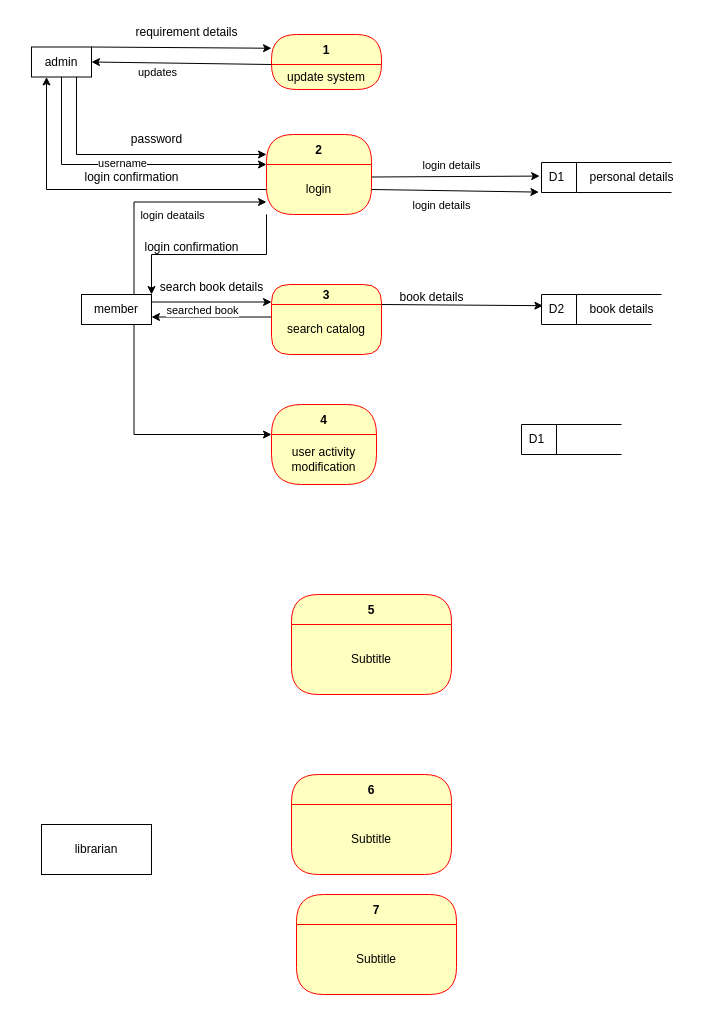
Dinuvi9170/NSBM-Green-University keeps this draw.io diagram as dfdLMS.drawio. Above is the earlier version. Source tidied: cells renumbered, new cells numbered last; positions are measured from the earlier drawing's top-left corner, leaving out a move shared by most shapes. Both pictures are drawn from the tidied source at 100%, with x=0, y=0 at pixel (31, 16).
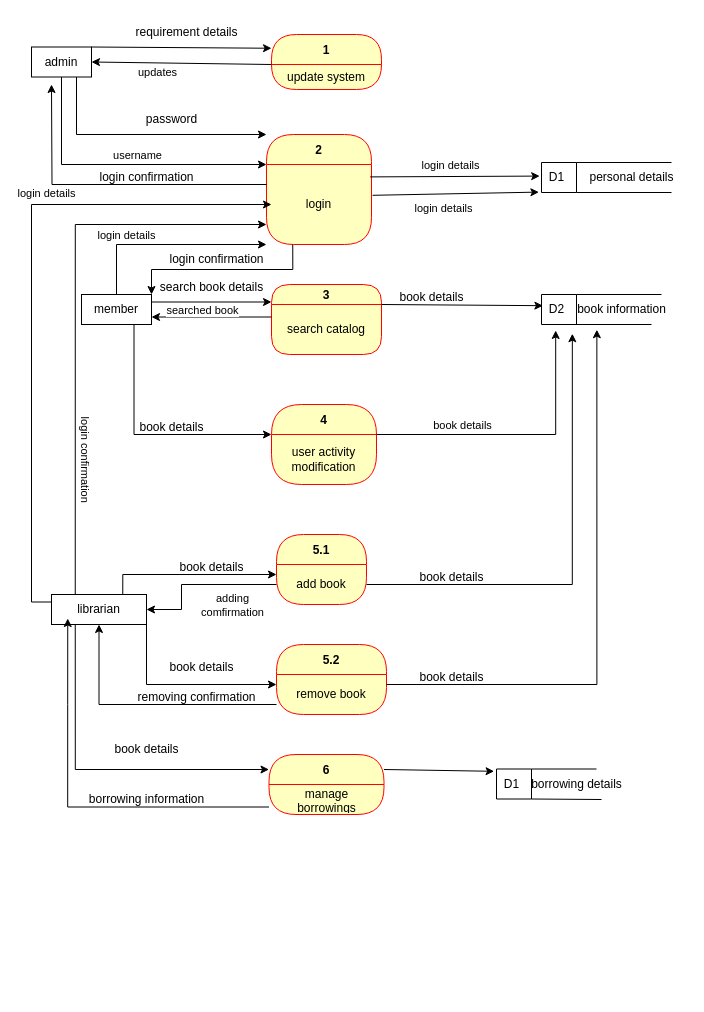
After the change.

The change refers to these unchanged cells:
```xml
<mxCell id="15" value="user activity modification" style="text;html=1;strokeColor=none;fillColor=none;align=center;verticalAlign=middle;spacingLeft=4;spacingRight=4;whiteSpace=wrap;overflow=hidden;fontColor=#000000;" parent="14" vertex="1">
  <mxGeometry y="30" width="105" height="50" as="geometry" />
</mxCell>
<mxCell id="16" value="member" style="html=1;whiteSpace=wrap;" parent="1" vertex="1">
  <mxGeometry x="50" y="278" width="70" height="30" as="geometry" />
</mxCell>
<mxCell id="17" value="admin" style="html=1;whiteSpace=wrap;" parent="1" vertex="1">
  <mxGeometry y="30.5" width="60" height="30" as="geometry" />
</mxCell>
<mxCell id="24" value="D1" style="text;html=1;align=center;verticalAlign=middle;points=[];strokeColor=none;fillColor=none;" parent="23" vertex="1">
  <mxGeometry x="-5" width="40" height="30" as="geometry" />
</mxCell>
<mxCell id="27" value="D2" style="text;html=1;align=center;verticalAlign=middle;points=[];strokeColor=none;fillColor=none;" parent="26" vertex="1">
  <mxGeometry x="-5" width="40" height="30" as="geometry" />
</mxCell>
<mxCell id="29" value="D1" style="text;html=1;align=center;verticalAlign=middle;points=[];strokeColor=none;fillColor=none;" parent="28" vertex="1">
  <mxGeometry x="-5" width="40" height="30" as="geometry" />
</mxCell>
<mxCell id="38" style="endArrow=classic;html=1;rounded=0;exitX=0.5;exitY=1;exitDx=0;exitDy=0;entryX=0;entryY=0;entryDx=0;entryDy=0;edgeStyle=orthogonalEdgeStyle;" parent="1" edge="1" source="17" target="3">
  <mxGeometry relative="1" as="geometry">
    <Array as="points">
      <mxPoint x="30" y="148" />
    </Array>
  </mxGeometry>
</mxCell>
```

Change to the diagram source:
```diff
@@
     <mxCell id="2" value="2" style="swimlane;fontStyle=1;align=center;verticalAlign=middle;horizontal=1;startSize=30;fontColor=#000000;rounded=1;arcSize=30;strokeColor=#ff0000;fillColor=#ffffc0;swimlaneFillColor=#ffffc0;" parent="1" vertex="1">
-      <mxGeometry x="235" y="118" width="105" height="80" as="geometry" />
+      <mxGeometry x="235" y="118" width="105" height="110" as="geometry" />
     </mxCell>
     <mxCell id="3" value="login" style="text;html=1;strokeColor=none;fillColor=none;align=center;verticalAlign=middle;spacingLeft=4;spacingRight=4;whiteSpace=wrap;overflow=hidden;fontColor=#000000;" parent="2" vertex="1">
-      <mxGeometry y="30" width="105" height="50" as="geometry" />
+      <mxGeometry y="30" width="105" height="80" as="geometry" />
     </mxCell>
-    <mxCell id="4" value="7" style="swimlane;fontStyle=1;align=center;verticalAlign=middle;horizontal=1;startSize=30;fontColor=#000000;rounded=1;arcSize=30;strokeColor=#ff0000;fillColor=#ffffc0;swimlaneFillColor=#ffffc0;" parent="1" vertex="1">
-      <mxGeometry x="265" y="878" width="160" height="100" as="geometry" />
+    <mxCell id="4" value="6" style="swimlane;fontStyle=1;align=center;verticalAlign=middle;horizontal=1;startSize=30;fontColor=#000000;rounded=1;arcSize=30;strokeColor=#ff0000;fillColor=#ffffc0;swimlaneFillColor=#ffffc0;" parent="1" vertex="1">
+      <mxGeometry x="237.5" y="738" width="115" height="60" as="geometry" />
     </mxCell>
-    <mxCell id="5" value="Subtitle" style="text;html=1;strokeColor=none;fillColor=none;align=center;verticalAlign=middle;spacingLeft=4;spacingRight=4;whiteSpace=wrap;overflow=hidden;fontColor=#000000;" parent="4" vertex="1">
-      <mxGeometry y="30" width="160" height="70" as="geometry" />
+    <mxCell id="5" value="manage borrowings" style="text;html=1;strokeColor=none;fillColor=none;align=center;verticalAlign=middle;spacingLeft=4;spacingRight=4;whiteSpace=wrap;overflow=hidden;fontColor=#000000;" parent="4" vertex="1">
+      <mxGeometry y="30" width="115" height="30" as="geometry" />
     </mxCell>
@@
-    <mxCell id="10" value="5" style="swimlane;fontStyle=1;align=center;verticalAlign=middle;horizontal=1;startSize=30;fontColor=#000000;rounded=1;arcSize=30;strokeColor=#ff0000;fillColor=#ffffc0;swimlaneFillColor=#ffffc0;" parent="1" vertex="1">
-      <mxGeometry x="260" y="578" width="160" height="100" as="geometry" />
+    <mxCell id="10" value="5.1" style="swimlane;fontStyle=1;align=center;verticalAlign=middle;horizontal=1;startSize=30;fontColor=#000000;rounded=1;arcSize=30;strokeColor=#ff0000;fillColor=#ffffc0;swimlaneFillColor=#ffffc0;" parent="1" vertex="1">
+      <mxGeometry x="245" y="518" width="90" height="70" as="geometry" />
     </mxCell>
-    <mxCell id="11" value="Subtitle" style="text;html=1;strokeColor=none;fillColor=none;align=center;verticalAlign=middle;spacingLeft=4;spacingRight=4;whiteSpace=wrap;overflow=hidden;fontColor=#000000;" parent="10" vertex="1">
-      <mxGeometry y="30" width="160" height="70" as="geometry" />
+    <mxCell id="11" value="add book" style="text;html=1;strokeColor=none;fillColor=none;align=center;verticalAlign=middle;spacingLeft=4;spacingRight=4;whiteSpace=wrap;overflow=hidden;fontColor=#000000;" parent="10" vertex="1">
+      <mxGeometry y="30" width="90" height="40" as="geometry" />
     </mxCell>
-    <mxCell id="12" value="6" style="swimlane;fontStyle=1;align=center;verticalAlign=middle;horizontal=1;startSize=30;fontColor=#000000;rounded=1;arcSize=30;strokeColor=#ff0000;fillColor=#ffffc0;swimlaneFillColor=#ffffc0;" parent="1" vertex="1">
-      <mxGeometry x="260" y="758" width="160" height="100" as="geometry" />
+    <mxCell id="12" value="5.2" style="swimlane;fontStyle=1;align=center;verticalAlign=middle;horizontal=1;startSize=30;fontColor=#000000;rounded=1;arcSize=30;strokeColor=#ff0000;fillColor=#ffffc0;swimlaneFillColor=#ffffc0;" parent="1" vertex="1">
+      <mxGeometry x="245" y="628" width="110" height="70" as="geometry" />
     </mxCell>
-    <mxCell id="13" value="Subtitle" style="text;html=1;strokeColor=none;fillColor=none;align=center;verticalAlign=middle;spacingLeft=4;spacingRight=4;whiteSpace=wrap;overflow=hidden;fontColor=#000000;" parent="12" vertex="1">
-      <mxGeometry y="30" width="160" height="70" as="geometry" />
+    <mxCell id="13" value="remove book" style="text;html=1;strokeColor=none;fillColor=none;align=center;verticalAlign=middle;spacingLeft=4;spacingRight=4;whiteSpace=wrap;overflow=hidden;fontColor=#000000;" parent="12" vertex="1">
+      <mxGeometry y="30" width="110" height="40" as="geometry" />
     </mxCell>
@@
+    <mxCell id="58" style="edgeStyle=orthogonalEdgeStyle;rounded=0;jettySize=auto;html=1;exitX=0.5;exitY=0;exitDx=0;exitDy=0;entryX=0;entryY=1;entryDx=0;entryDy=0;" parent="1" edge="1" source="16" target="3">
+      <mxGeometry relative="1" as="geometry">
+        <Array as="points">
+          <mxPoint x="85" y="228" />
+        </Array>
+      </mxGeometry>
+    </mxCell>
@@
+    <mxCell id="59" style="edgeStyle=orthogonalEdgeStyle;rounded=0;jettySize=auto;html=1;exitX=0.75;exitY=0;exitDx=0;exitDy=0;entryX=0;entryY=0.25;entryDx=0;entryDy=0;" parent="1" edge="1" source="18" target="11">
+      <mxGeometry relative="1" as="geometry" />
+    </mxCell>
+    <mxCell id="60" style="edgeStyle=orthogonalEdgeStyle;rounded=0;jettySize=auto;html=1;exitX=1;exitY=1;exitDx=0;exitDy=0;entryX=0;entryY=0.25;entryDx=0;entryDy=0;" parent="1" edge="1" source="18" target="13">
+      <mxGeometry relative="1" as="geometry" />
+    </mxCell>
+    <mxCell id="61" style="edgeStyle=orthogonalEdgeStyle;rounded=0;jettySize=auto;html=1;exitX=0.25;exitY=1;exitDx=0;exitDy=0;entryX=0;entryY=0.25;entryDx=0;entryDy=0;" parent="1" edge="1" source="18" target="4">
+      <mxGeometry relative="1" as="geometry" />
+    </mxCell>
     <mxCell id="18" value="librarian" style="html=1;whiteSpace=wrap;" parent="1" vertex="1">
-      <mxGeometry x="10" y="808" width="110" height="50" as="geometry" />
+      <mxGeometry x="20" y="578" width="95" height="30" as="geometry" />
     </mxCell>
@@
-    <mxCell id="20" value="password" style="text;html=1;align=center;verticalAlign=middle;strokeColor=none;fillColor=none;" parent="1" vertex="1">
-      <mxGeometry x="90" y="108" width="70" height="30" as="geometry" />
-    </mxCell>
@@
     <mxCell id="28" style="swimlane;startSize=0;" parent="1" vertex="1">
-      <mxGeometry x="490" y="408" width="35" height="30" as="geometry" />
+      <mxGeometry x="465" y="752.5" width="35" height="30" as="geometry" />
     </mxCell>
@@
     <mxCell id="30" style="endArrow=none;html=1;rounded=0;exitX=1;exitY=0;exitDx=0;exitDy=0;" parent="1" edge="1" source="28">
       <mxGeometry relative="1" as="geometry">
-        <mxPoint x="590" y="408" as="targetPoint" />
+        <mxPoint x="565" y="752.5" as="targetPoint" />
       </mxGeometry>
     </mxCell>
-    <mxCell id="31" style="endArrow=none;html=1;rounded=0;exitX=1;exitY=1;exitDx=0;exitDy=0;" parent="1" edge="1" source="28">
-      <mxGeometry relative="1" as="geometry">
-        <mxPoint x="590" y="438" as="targetPoint" />
-      </mxGeometry>
-    </mxCell>
-    <mxCell id="32" style="endArrow=classic;html=1;rounded=0;exitX=1;exitY=0.25;exitDx=0;exitDy=0;entryX=0.08;entryY=0.453;entryDx=0;entryDy=0;entryPerimeter=0;" parent="1" edge="1" source="3" target="24">
+    <mxCell id="32" style="endArrow=classic;html=1;rounded=0;exitX=0.987;exitY=0.155;exitDx=0;exitDy=0;entryX=0.08;entryY=0.453;entryDx=0;entryDy=0;entryPerimeter=0;exitPerimeter=0;" parent="1" edge="1" source="3" target="24">
       <mxGeometry relative="1" as="geometry" />
     </mxCell>
@@
-    <mxCell id="34" style="endArrow=classic;html=1;rounded=0;exitX=0.75;exitY=1;exitDx=0;exitDy=0;entryX=0;entryY=0.25;entryDx=0;entryDy=0;edgeStyle=orthogonalEdgeStyle;" parent="1" edge="1" source="17" target="2">
+    <mxCell id="34" style="endArrow=classic;html=1;rounded=0;exitX=0.75;exitY=1;exitDx=0;exitDy=0;entryX=0;entryY=0;entryDx=0;entryDy=0;edgeStyle=orthogonalEdgeStyle;" parent="1" edge="1" source="17" target="2">
       <mxGeometry relative="1" as="geometry">
         <Array as="points">
-          <mxPoint x="45" y="138" />
+          <mxPoint x="45" y="118" />
         </Array>
       </mxGeometry>
     </mxCell>
@@
     <mxCell id="39" value="username" style="edgeLabel;html=1;align=center;verticalAlign=middle;" parent="38" vertex="1">
       <mxGeometry x="0.12" y="-4" relative="1" as="geometry">
-        <mxPoint x="-16" y="-6" as="offset" />
+        <mxPoint x="-1" y="-14" as="offset" />
       </mxGeometry>
     </mxCell>
@@
-    <mxCell id="41" style="endArrow=classic;html=1;rounded=0;exitX=0;exitY=0.5;exitDx=0;exitDy=0;entryX=0.25;entryY=1;entryDx=0;entryDy=0;edgeStyle=orthogonalEdgeStyle;" parent="1" edge="1" source="3" target="17">
-      <mxGeometry relative="1" as="geometry" />
-    </mxCell>
-    <mxCell id="42" value="login confirmation" style="text;html=1;align=center;verticalAlign=middle;strokeColor=none;fillColor=none;" parent="1" vertex="1">
-      <mxGeometry x="40" y="146" width="120" height="30" as="geometry" />
-    </mxCell>
-    <mxCell id="43" style="endArrow=classic;html=1;rounded=0;exitX=0.75;exitY=0;exitDx=0;exitDy=0;entryX=0;entryY=0.75;entryDx=0;entryDy=0;edgeStyle=orthogonalEdgeStyle;" parent="1" edge="1" source="16" target="3">
+    <mxCell id="43" style="endArrow=classic;html=1;rounded=0;exitX=0.25;exitY=0;exitDx=0;exitDy=0;entryX=0;entryY=0.75;entryDx=0;entryDy=0;edgeStyle=orthogonalEdgeStyle;" parent="1" edge="1" source="18" target="3">
       <mxGeometry relative="1" as="geometry" />
     </mxCell>
-    <mxCell id="44" value="login deatails" style="edgeLabel;html=1;align=center;verticalAlign=middle;" parent="43" vertex="1">
+    <mxCell id="44" value="login confirmation" style="edgeLabel;html=1;align=center;verticalAlign=middle;rotation=90;" parent="43" vertex="1">
       <mxGeometry x="0.13" y="-4" relative="1" as="geometry">
-        <mxPoint x="3" y="9" as="offset" />
+        <mxPoint x="7" y="182" as="offset" />
       </mxGeometry>
     </mxCell>
+    <mxCell id="62" value="login details" style="edgeLabel;html=1;align=center;verticalAlign=middle;" parent="43" vertex="1">
+      <mxGeometry x="0.5" y="-10" relative="1" as="geometry" />
+    </mxCell>
-    <mxCell id="45" style="endArrow=classic;html=1;rounded=0;exitX=0;exitY=1;exitDx=0;exitDy=0;entryX=1;entryY=0;entryDx=0;entryDy=0;edgeStyle=orthogonalEdgeStyle;" parent="1" edge="1" source="3" target="16">
+    <mxCell id="45" style="endArrow=classic;html=1;rounded=0;exitX=0.25;exitY=1;exitDx=0;exitDy=0;entryX=1;entryY=0;entryDx=0;entryDy=0;edgeStyle=orthogonalEdgeStyle;" parent="1" edge="1" source="3" target="16">
       <mxGeometry relative="1" as="geometry" />
     </mxCell>
     <mxCell id="46" value="login confirmation" style="text;html=1;align=center;verticalAlign=middle;strokeColor=none;fillColor=none;" parent="1" vertex="1">
-      <mxGeometry x="100" y="216" width="120" height="30" as="geometry" />
+      <mxGeometry x="125" y="228" width="120" height="30" as="geometry" />
     </mxCell>
-    <mxCell id="47" style="rounded=0;jettySize=auto;html=1;exitX=1;exitY=0.5;exitDx=0;exitDy=0;entryX=0.06;entryY=0.987;entryDx=0;entryDy=0;entryPerimeter=0;" parent="1" edge="1" source="3" target="24">
+    <mxCell id="47" style="rounded=0;jettySize=auto;html=1;exitX=1.01;exitY=0.385;exitDx=0;exitDy=0;entryX=0.06;entryY=0.987;entryDx=0;entryDy=0;entryPerimeter=0;exitPerimeter=0;" parent="1" edge="1" source="3" target="24">
       <mxGeometry relative="1" as="geometry" />
     </mxCell>
@@
-    <mxCell id="53" value="book details" style="text;html=1;align=center;verticalAlign=middle;points=[];strokeColor=none;fillColor=none;" parent="1" vertex="1">
-      <mxGeometry x="545" y="278" width="90" height="30" as="geometry" />
+    <mxCell id="53" value="book information" style="text;html=1;align=center;verticalAlign=middle;points=[];strokeColor=none;fillColor=none;" parent="1" vertex="1">
+      <mxGeometry x="535" y="278" width="110" height="30" as="geometry" />
     </mxCell>
@@
+    <mxCell id="63" value="book details" style="text;html=1;align=center;verticalAlign=middle;strokeColor=none;fillColor=none;" parent="1" vertex="1">
+      <mxGeometry x="95" y="396" width="90" height="30" as="geometry" />
+    </mxCell>
+    <mxCell id="64" style="endArrow=classic;html=1;rounded=0;exitX=1;exitY=0;exitDx=0;exitDy=0;entryX=0.48;entryY=1.2;entryDx=0;entryDy=0;entryPerimeter=0;edgeStyle=orthogonalEdgeStyle;" parent="1" edge="1" source="15" target="27">
+      <mxGeometry relative="1" as="geometry">
+        <Array as="points">
+          <mxPoint x="524" y="418" />
+        </Array>
+      </mxGeometry>
+    </mxCell>
+    <mxCell id="65" value="book details" style="edgeLabel;html=1;align=center;verticalAlign=middle;" parent="64" vertex="1">
+      <mxGeometry x="-0.54" y="5" relative="1" as="geometry">
+        <mxPoint x="20" y="-5" as="offset" />
+      </mxGeometry>
+    </mxCell>
+    <mxCell id="20" value="password" style="text;html=1;align=center;verticalAlign=middle;strokeColor=none;fillColor=none;" parent="1" vertex="1">
+      <mxGeometry x="105" y="88" width="70" height="30" as="geometry" />
+    </mxCell>
+    <mxCell id="66" style="endArrow=classic;html=1;rounded=0;exitX=0;exitY=0.25;exitDx=0;exitDy=0;edgeStyle=orthogonalEdgeStyle;" parent="1" edge="1" source="3">
+      <mxGeometry relative="1" as="geometry">
+        <mxPoint x="20" y="68" as="targetPoint" />
+      </mxGeometry>
+    </mxCell>
+    <mxCell id="42" value="login confirmation" style="text;html=1;align=center;verticalAlign=middle;strokeColor=none;fillColor=none;" parent="1" vertex="1">
+      <mxGeometry x="55" y="146" width="120" height="30" as="geometry" />
+    </mxCell>
+    <mxCell id="67" style="endArrow=classic;html=1;rounded=0;exitX=0;exitY=0.25;exitDx=0;exitDy=0;edgeStyle=orthogonalEdgeStyle;" parent="1" edge="1" source="18">
+      <mxGeometry relative="1" as="geometry">
+        <mxPoint x="240" y="188" as="targetPoint" />
+        <Array as="points">
+          <mxPoint y="586" />
+          <mxPoint y="188" />
+        </Array>
+      </mxGeometry>
+    </mxCell>
+    <mxCell id="68" value="login details" style="edgeLabel;html=1;align=center;verticalAlign=middle;" parent="67" vertex="1">
+      <mxGeometry x="0.3" y="7" relative="1" as="geometry">
+        <mxPoint x="5" y="-5" as="offset" />
+      </mxGeometry>
+    </mxCell>
+    <mxCell id="69" value="book details" style="text;html=1;align=center;verticalAlign=middle;strokeColor=none;fillColor=none;" parent="1" vertex="1">
+      <mxGeometry x="135" y="536" width="90" height="30" as="geometry" />
+    </mxCell>
+    <mxCell id="70" value="book details" style="text;html=1;align=center;verticalAlign=middle;strokeColor=none;fillColor=none;" parent="1" vertex="1">
+      <mxGeometry x="125" y="636" width="90" height="30" as="geometry" />
+    </mxCell>
+    <mxCell id="71" style="edgeStyle=orthogonalEdgeStyle;rounded=0;jettySize=auto;html=1;exitX=0;exitY=0.5;exitDx=0;exitDy=0;entryX=1;entryY=0.5;entryDx=0;entryDy=0;" parent="1" edge="1" source="11" target="18">
+      <mxGeometry relative="1" as="geometry">
+        <Array as="points">
+          <mxPoint x="150" y="568" />
+          <mxPoint x="150" y="593" />
+        </Array>
+      </mxGeometry>
+    </mxCell>
+    <mxCell id="72" value="adding &lt;br&gt;comfirmation" style="edgeLabel;html=1;align=center;verticalAlign=middle;" parent="71" vertex="1">
+      <mxGeometry x="-0.19" y="9" relative="1" as="geometry">
+        <mxPoint x="18" y="11" as="offset" />
+      </mxGeometry>
+    </mxCell>
+    <mxCell id="73" style="edgeStyle=orthogonalEdgeStyle;rounded=0;jettySize=auto;html=1;exitX=0;exitY=0.75;exitDx=0;exitDy=0;entryX=0.5;entryY=1;entryDx=0;entryDy=0;" parent="1" edge="1" source="13" target="18">
+      <mxGeometry relative="1" as="geometry" />
+    </mxCell>
+    <mxCell id="74" value="removing confirmation" style="text;html=1;align=center;verticalAlign=middle;strokeColor=none;fillColor=none;" parent="1" vertex="1">
+      <mxGeometry x="95" y="666" width="140" height="30" as="geometry" />
+    </mxCell>
+    <mxCell id="75" value="book details" style="text;html=1;align=center;verticalAlign=middle;strokeColor=none;fillColor=none;" parent="1" vertex="1">
+      <mxGeometry x="70" y="718" width="90" height="30" as="geometry" />
+    </mxCell>
+    <mxCell id="76" style="edgeStyle=orthogonalEdgeStyle;rounded=0;jettySize=auto;html=1;exitX=0;exitY=0.75;exitDx=0;exitDy=0;entryX=0.171;entryY=0.8;entryDx=0;entryDy=0;entryPerimeter=0;" parent="1" edge="1" source="5" target="18">
+      <mxGeometry relative="1" as="geometry" />
+    </mxCell>
+    <mxCell id="77" value="borrowing information" style="text;html=1;align=center;verticalAlign=middle;strokeColor=none;fillColor=none;" parent="1" vertex="1">
+      <mxGeometry x="45" y="768" width="140" height="30" as="geometry" />
+    </mxCell>
+    <mxCell id="78" style="edgeStyle=orthogonalEdgeStyle;rounded=0;jettySize=auto;html=1;exitX=1;exitY=0.5;exitDx=0;exitDy=0;entryX=0.053;entryY=1.307;entryDx=0;entryDy=0;entryPerimeter=0;" parent="1" edge="1" source="11" target="53">
+      <mxGeometry relative="1" as="geometry" />
+    </mxCell>
+    <mxCell id="79" style="edgeStyle=orthogonalEdgeStyle;rounded=0;jettySize=auto;html=1;exitX=1;exitY=0.25;exitDx=0;exitDy=0;entryX=0.276;entryY=1.173;entryDx=0;entryDy=0;entryPerimeter=0;" parent="1" edge="1" source="13" target="53">
+      <mxGeometry relative="1" as="geometry" />
+    </mxCell>
+    <mxCell id="80" value="book details" style="text;html=1;align=center;verticalAlign=middle;strokeColor=none;fillColor=none;" parent="1" vertex="1">
+      <mxGeometry x="375" y="546" width="90" height="30" as="geometry" />
+    </mxCell>
+    <mxCell id="81" value="book details" style="text;html=1;align=center;verticalAlign=middle;strokeColor=none;fillColor=none;" parent="1" vertex="1">
+      <mxGeometry x="375" y="646" width="90" height="30" as="geometry" />
+    </mxCell>
+    <mxCell id="82" style="rounded=0;jettySize=auto;html=1;exitX=1;exitY=0.25;exitDx=0;exitDy=0;entryX=0.065;entryY=0.077;entryDx=0;entryDy=0;entryPerimeter=0;" parent="1" edge="1" source="4" target="29">
+      <mxGeometry relative="1" as="geometry" />
+    </mxCell>
+    <mxCell id="83" style="endArrow=none;html=1;rounded=0;exitX=1;exitY=1;exitDx=0;exitDy=0;" parent="1" edge="1" source="28">
+      <mxGeometry relative="1" as="geometry">
+        <mxPoint x="570" y="783" as="targetPoint" />
+      </mxGeometry>
+    </mxCell>
+    <mxCell id="84" value="borrowing details" style="text;html=1;align=center;verticalAlign=middle;strokeColor=none;fillColor=none;" parent="1" vertex="1">
+      <mxGeometry x="490" y="753" width="110" height="30" as="geometry" />
+    </mxCell>
```
